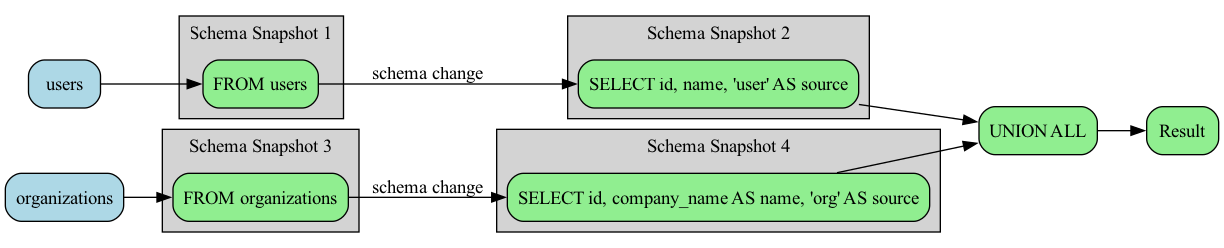
rot1024/sqloflow keeps this Graphviz diagram as examples/union_query_schema.png. Above is the earlier version. Its source is kept beside it as examples/union_query_schema.dot.
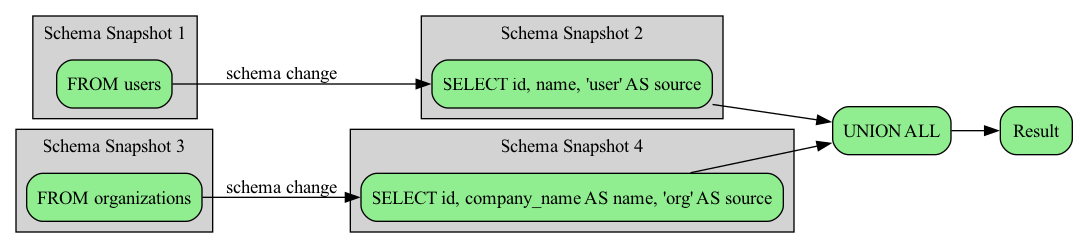
After the change.

The edit, as a diff of the source:
```diff
@@ -2,40 +2,36 @@
   rankdir=LR;
   node [shape=box, style=rounded];
 
-  node_0 [label="users", fillcolor=lightblue, style="filled,rounded"];
-  node_3 [label="UNION ALL", fillcolor=lightgreen, style="filled,rounded"];
-  node_4 [label="organizations", fillcolor=lightblue, style="filled,rounded"];
-  node_7 [label="Result", fillcolor=lightgreen, style="filled,rounded"];
   subgraph cluster_0 {
     label="Schema Snapshot 1";
     style=filled;
     fillcolor=lightgray;
-    node_1 [label="FROM users", fillcolor=lightgreen, style="filled,rounded"];
+    node_0 [label="FROM users", fillcolor=lightgreen, style="filled,rounded"];
   }
   subgraph cluster_1 {
     label="Schema Snapshot 2";
     style=filled;
     fillcolor=lightgray;
-    node_2 [label="SELECT id, name, 'user' AS source", fillcolor=lightgreen, style="filled,rounded"];
+    node_1 [label="SELECT id, name, 'user' AS source", fillcolor=lightgreen, style="filled,rounded"];
   }
+  node_2 [label="UNION ALL", fillcolor=lightgreen, style="filled,rounded"];
+  node_5 [label="Result", fillcolor=lightgreen, style="filled,rounded"];
   subgraph cluster_2 {
     label="Schema Snapshot 3";
     style=filled;
     fillcolor=lightgray;
-    node_5 [label="FROM organizations", fillcolor=lightgreen, style="filled,rounded"];
+    node_3 [label="FROM organizations", fillcolor=lightgreen, style="filled,rounded"];
   }
   subgraph cluster_3 {
     label="Schema Snapshot 4";
     style=filled;
     fillcolor=lightgray;
-    node_6 [label="SELECT id, company_name AS name, 'org' AS source", fillcolor=lightgreen, style="filled,rounded"];
+    node_4 [label="SELECT id, company_name AS name, 'org' AS source", fillcolor=lightgreen, style="filled,rounded"];
   }
 
-  node_0 -> node_1 [color=black];
-  node_1 -> node_2 [color=black, label="schema change"];
-  node_2 -> node_3 [color=black];
-  node_4 -> node_5 [color=black];
-  node_5 -> node_6 [color=black, label="schema change"];
-  node_6 -> node_3 [color=black];
-  node_3 -> node_7 [color=black];
+  node_0 -> node_1 [color=black, label="schema change"];
+  node_1 -> node_2 [color=black];
+  node_3 -> node_4 [color=black, label="schema change"];
+  node_4 -> node_2 [color=black];
+  node_2 -> node_5 [color=black];
 }
```
